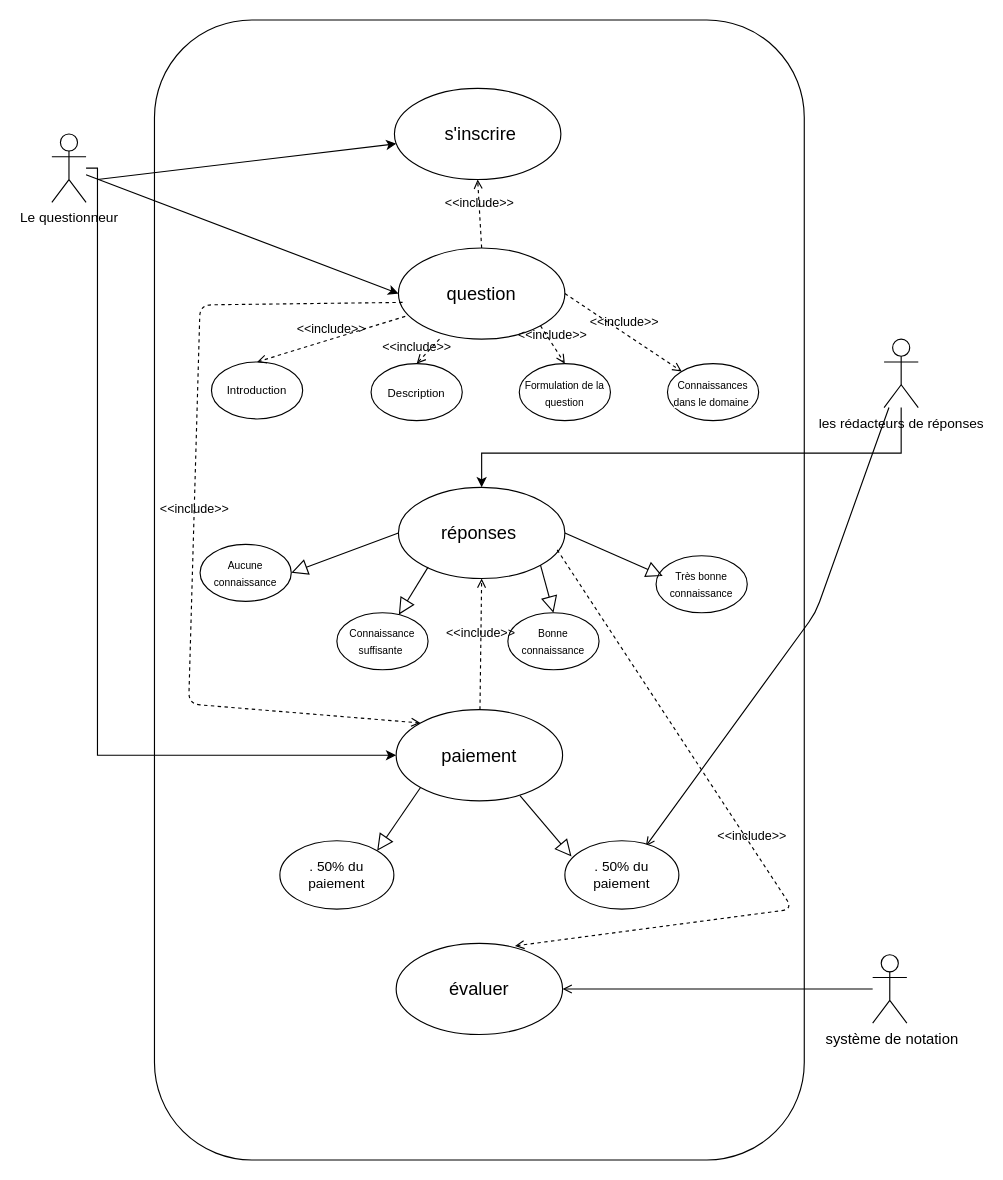
yocho1/Mod-lisation-d-une-palteforem-web keeps this draw.io diagram as Untitled Diagram.drawio. Above is the earlier version. Source tidied: cells renumbered, new cells numbered last; positions are measured from the earlier drawing's top-left corner, leaving out a move shared by most shapes. Both pictures are drawn from the tidied source at 114%, with x=0, y=0 at pixel (51, 19).
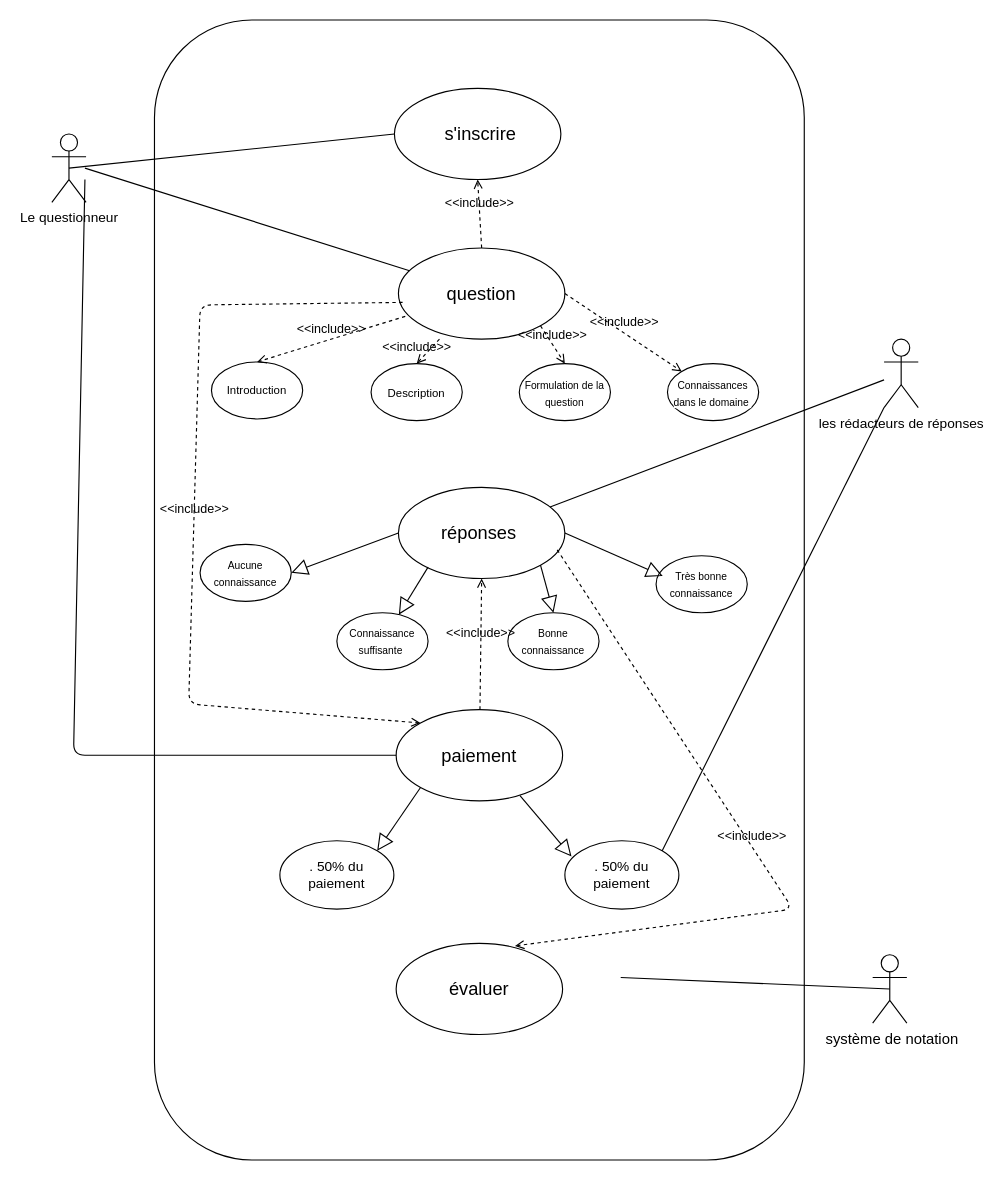
Above is the later version.

The change refers to these unchanged cells:
```xml
<mxCell id="4" value="Le questionneur" style="shape=umlActor;verticalLabelPosition=bottom;verticalAlign=top;html=1;outlineConnect=0;" parent="1" vertex="1">
  <mxGeometry y="100" width="30" height="60" as="geometry" />
</mxCell>
<mxCell id="7" value="les rédacteurs de réponses" style="shape=umlActor;verticalLabelPosition=bottom;verticalAlign=top;html=1;outlineConnect=0;" parent="1" vertex="1">
  <mxGeometry x="730" y="280" width="30" height="60" as="geometry" />
</mxCell>
<mxCell id="9" value="&lt;span style=&quot;font-family: &amp;#34;nunito sans&amp;#34; , sans-serif ; background-color: rgb(255 , 255 , 255)&quot;&gt;&lt;font style=&quot;font-size: 13px&quot;&gt;&amp;nbsp;système de notation&lt;/font&gt;&lt;/span&gt;" style="shape=umlActor;verticalLabelPosition=bottom;verticalAlign=top;html=1;outlineConnect=0;" parent="1" vertex="1">
  <mxGeometry x="720" y="820" width="30" height="60" as="geometry" />
</mxCell>
<mxCell id="10" value="&lt;span style=&quot;font-family: &amp;#34;nunito sans&amp;#34; , sans-serif ; font-size: 16px ; background-color: rgb(255 , 255 , 255)&quot;&gt;&amp;nbsp;s'inscrire&lt;/span&gt;" style="ellipse;whiteSpace=wrap;html=1;" parent="1" vertex="1">
  <mxGeometry x="300.5" y="60" width="146" height="80" as="geometry" />
</mxCell>
<mxCell id="11" value="&lt;span style=&quot;font-family: &amp;#34;nunito sans&amp;#34; , sans-serif ; font-size: 16px ; background-color: rgb(255 , 255 , 255)&quot;&gt;question&lt;/span&gt;" style="ellipse;whiteSpace=wrap;html=1;" parent="1" vertex="1">
  <mxGeometry x="304" y="200" width="146" height="80" as="geometry" />
</mxCell>
<mxCell id="23" value="&lt;span style=&quot;background-color: rgb(255 , 255 , 255)&quot;&gt;&lt;font face=&quot;nunito sans, sans-serif&quot;&gt;&lt;span style=&quot;font-size: 16px&quot;&gt;réponses&amp;nbsp;&lt;/span&gt;&lt;/font&gt;&lt;/span&gt;" style="ellipse;whiteSpace=wrap;html=1;" parent="1" vertex="1">
  <mxGeometry x="304" y="410" width="146" height="80" as="geometry" />
</mxCell>
<mxCell id="32" value="&lt;font face=&quot;nunito sans, sans-serif&quot;&gt;&lt;span style=&quot;font-size: 16px&quot;&gt;paiement&lt;/span&gt;&lt;/font&gt;" style="ellipse;whiteSpace=wrap;html=1;" parent="1" vertex="1">
  <mxGeometry x="302" y="605" width="146" height="80" as="geometry" />
</mxCell>
<mxCell id="34" value="&lt;span style=&quot;font-family: &amp;#34;nunito sans&amp;#34; , sans-serif ; background-color: rgb(255 , 255 , 255)&quot;&gt;. 50% du paiement&lt;/span&gt;" style="ellipse;whiteSpace=wrap;html=1;" parent="1" vertex="1">
  <mxGeometry x="450" y="720" width="100" height="60" as="geometry" />
</mxCell>
<mxCell id="39" value="&lt;span style=&quot;font-family: &amp;#34;nunito sans&amp;#34; , sans-serif ; font-size: 16px ; background-color: rgb(255 , 255 , 255)&quot;&gt;évaluer&lt;/span&gt;" style="ellipse;whiteSpace=wrap;html=1;" parent="1" vertex="1">
  <mxGeometry x="302" y="810" width="146" height="80" as="geometry" />
</mxCell>
```

Diff of the diagram source:
```diff
@@
-    <mxCell id="3" style="edgeStyle=orthogonalEdgeStyle;rounded=0;jettySize=auto;html=1;entryX=0;entryY=0.5;entryDx=0;entryDy=0;" parent="1" edge="1" source="4" target="32">
-      <mxGeometry relative="1" as="geometry">
-        <Array as="points">
-          <mxPoint x="40" y="130" />
-          <mxPoint x="40" y="645" />
-        </Array>
-      </mxGeometry>
-    </mxCell>
@@
-    <mxCell id="5" style="edgeStyle=orthogonalEdgeStyle;rounded=0;jettySize=auto;html=1;entryX=0.5;entryY=0;entryDx=0;entryDy=0;" parent="1" edge="1" source="7" target="23">
-      <mxGeometry relative="1" as="geometry">
-        <Array as="points">
-          <mxPoint x="745" y="380" />
-          <mxPoint x="377" y="380" />
-        </Array>
-      </mxGeometry>
-    </mxCell>
-    <mxCell id="6" style="edgeStyle=none;jettySize=auto;html=1;entryX=0.71;entryY=0.08;entryDx=0;entryDy=0;labelBackgroundColor=none;endArrow=open;entryPerimeter=0;" parent="1" edge="1" source="7" target="34">
-      <mxGeometry relative="1" as="geometry">
-        <Array as="points">
-          <mxPoint x="670" y="520" />
-        </Array>
-      </mxGeometry>
-    </mxCell>
@@
-    <mxCell id="8" style="edgeStyle=none;jettySize=auto;html=1;labelBackgroundColor=none;endArrow=open;" parent="1" edge="1" source="9" target="39">
-      <mxGeometry relative="1" as="geometry" />
-    </mxCell>
@@
-    <mxCell id="12" style="endArrow=classic;html=1;entryX=0;entryY=0.5;entryDx=0;entryDy=0;" parent="1" edge="1" source="4" target="11">
-      <mxGeometry relative="1" as="geometry" />
-    </mxCell>
-    <mxCell id="13" style="endArrow=classic;html=1;" parent="1" edge="1" target="10">
-      <mxGeometry relative="1" as="geometry">
-        <mxPoint x="40" y="140" as="sourcePoint" />
-      </mxGeometry>
-    </mxCell>
@@
+    <mxCell id="41" style="edgeStyle=none;html=1;endArrow=none;verticalAlign=bottom;labelBackgroundColor=none;exitX=0.5;exitY=0.5;exitDx=0;exitDy=0;exitPerimeter=0;entryX=0;entryY=0.5;entryDx=0;entryDy=0;" parent="1" edge="1" source="4" target="10">
+      <mxGeometry relative="1" as="geometry" />
+    </mxCell>
+    <mxCell id="42" style="edgeStyle=none;html=1;endArrow=none;verticalAlign=bottom;labelBackgroundColor=none;" parent="1" edge="1" target="11">
+      <mxGeometry relative="1" as="geometry">
+        <mxPoint x="29" y="130" as="sourcePoint" />
+      </mxGeometry>
+    </mxCell>
+    <mxCell id="43" style="edgeStyle=none;html=1;endArrow=none;verticalAlign=bottom;labelBackgroundColor=none;exitX=0;exitY=0.5;exitDx=0;exitDy=0;" parent="1" edge="1" source="32">
+      <mxGeometry relative="1" as="geometry">
+        <mxPoint x="29" y="140" as="targetPoint" />
+        <Array as="points">
+          <mxPoint x="19" y="645" />
+        </Array>
+      </mxGeometry>
+    </mxCell>
+    <mxCell id="44" style="edgeStyle=none;html=1;endArrow=none;verticalAlign=bottom;labelBackgroundColor=none;exitX=1;exitY=0;exitDx=0;exitDy=0;" parent="1" edge="1" source="34" target="7">
+      <mxGeometry relative="1" as="geometry" />
+    </mxCell>
+    <mxCell id="45" style="edgeStyle=none;html=1;endArrow=none;verticalAlign=bottom;labelBackgroundColor=none;" parent="1" edge="1" source="23" target="7">
+      <mxGeometry relative="1" as="geometry" />
+    </mxCell>
+    <mxCell id="46" style="edgeStyle=none;html=1;endArrow=none;verticalAlign=bottom;labelBackgroundColor=none;entryX=0.5;entryY=0.5;entryDx=0;entryDy=0;entryPerimeter=0;" parent="1" edge="1" target="9">
+      <mxGeometry relative="1" as="geometry">
+        <mxPoint x="499" y="840" as="sourcePoint" />
+      </mxGeometry>
+    </mxCell>
```
